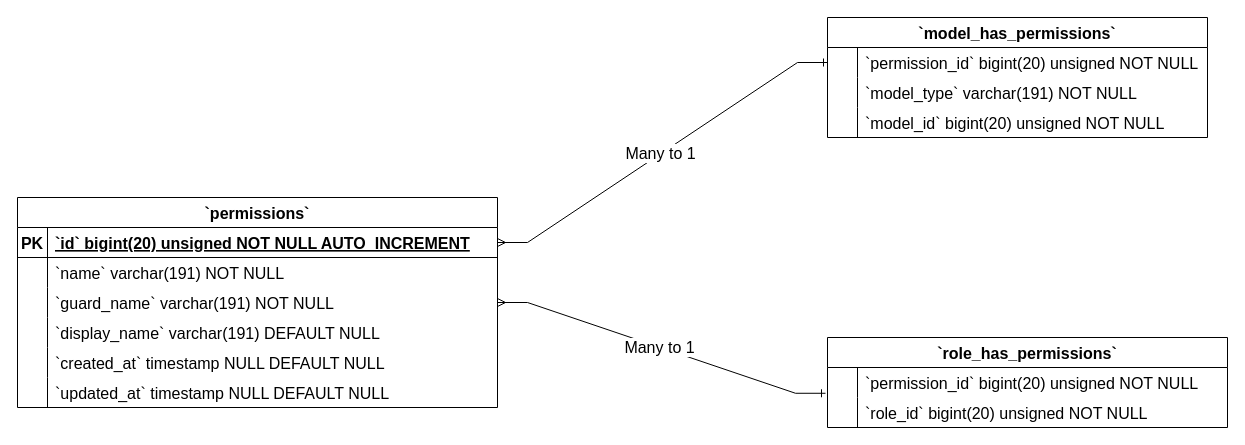
Before: Permissions ERD Diagram.drawio in Simasco/diagram, a draw.io diagram. Source tidied: cells renumbered, new cells numbered last; positions are measured from the earlier drawing's top-left corner, leaving out a move shared by most shapes. Both pictures are drawn from the tidied source at 100%, with x=0, y=0 at pixel (17, 17).
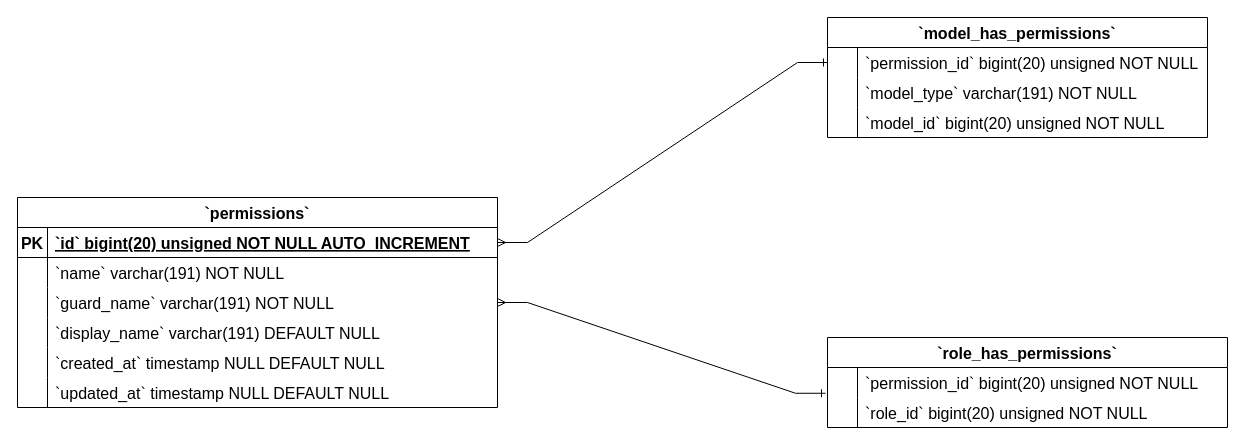
After the change.

Unchanged cells that the change refers to:
```xml
<mxCell id="31" style="edgeStyle=entityRelationEdgeStyle;fontSize=16;html=1;endArrow=ERmany;rounded=0;exitX=0;exitY=0.5;exitDx=0;exitDy=0;endFill=0;startArrow=ERone;startFill=0;" parent="1" edge="1" source="22" target="3">
  <mxGeometry relative="1" as="geometry" />
</mxCell>
<mxCell id="40" style="edgeStyle=entityRelationEdgeStyle;fontSize=16;html=1;endArrow=ERmany;rounded=0;exitX=-0.005;exitY=-0.141;exitDx=0;exitDy=0;entryX=1;entryY=0.5;entryDx=0;entryDy=0;exitPerimeter=0;endFill=0;startArrow=ERone;startFill=0;" parent="1" edge="1" source="37" target="9">
  <mxGeometry relative="1" as="geometry" />
</mxCell>
```

What changed in the source:
```diff
@@
-    <mxCell id="32" value="&lt;font style=&quot;font-size: 16px;&quot;&gt;Many to 1&lt;/font&gt;" style="edgeLabel;html=1;align=center;verticalAlign=middle;fontSize=16;" parent="31" vertex="1">
-      <mxGeometry x="0.01" relative="1" as="geometry">
-        <mxPoint x="-1" as="offset" />
-      </mxGeometry>
-    </mxCell>
@@
-    <mxCell id="41" value="&lt;font style=&quot;font-size: 16px;&quot;&gt;Many to 1&lt;/font&gt;" style="edgeLabel;html=1;align=center;verticalAlign=middle;fontSize=16;" parent="40" vertex="1">
-      <mxGeometry x="0.01" relative="1" as="geometry">
-        <mxPoint x="-1" as="offset" />
-      </mxGeometry>
-    </mxCell>
```
